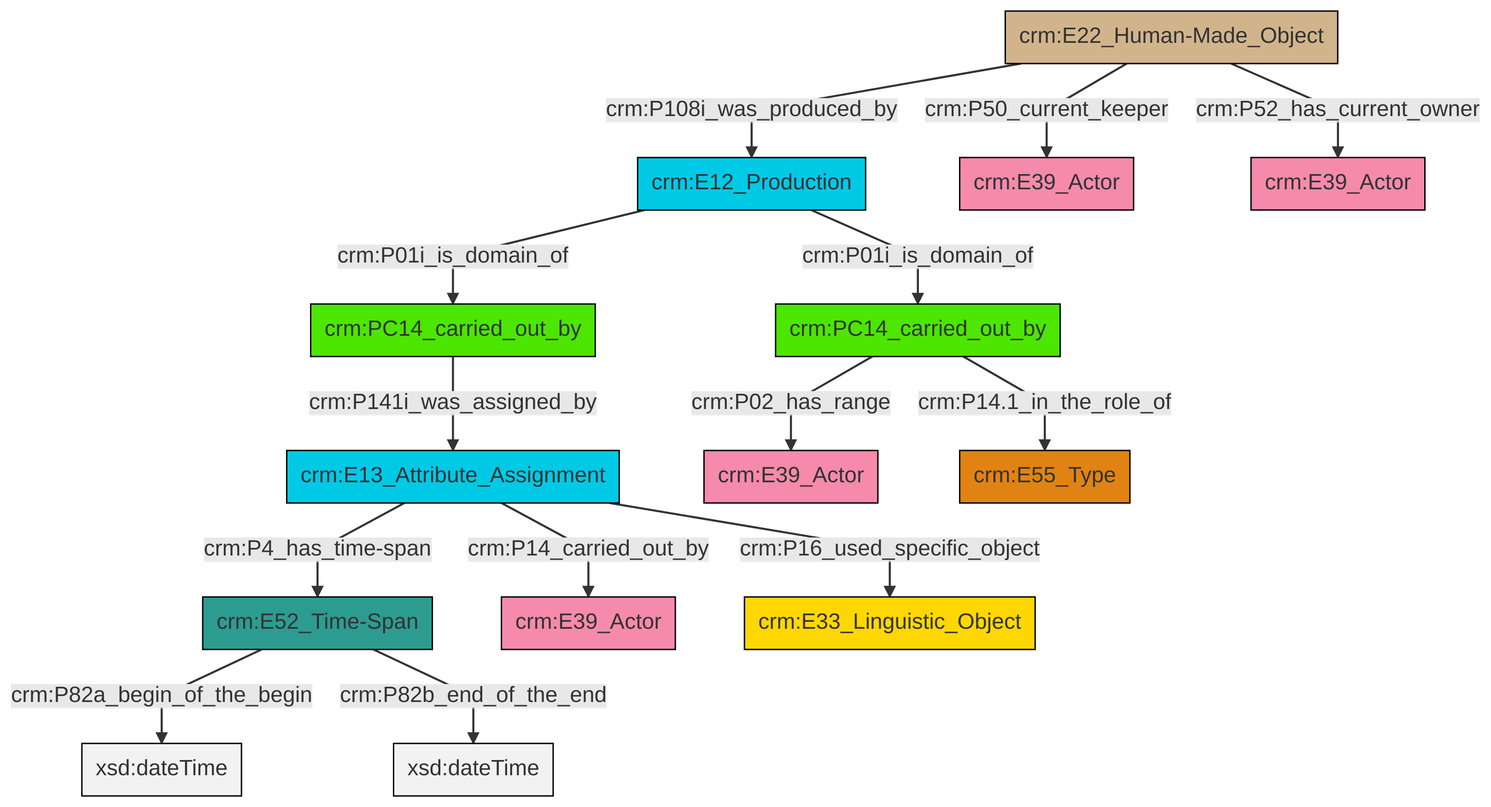
Above: et/carrierCSV/ttl/mmd/png/carrier_relations.png in swiss-art-research-net/docs.swissartresearch (Mermaid), before the change. Its source is kept beside it as et/carrierCSV/ttl/mmd/carrier_relations.ttl.mmd.
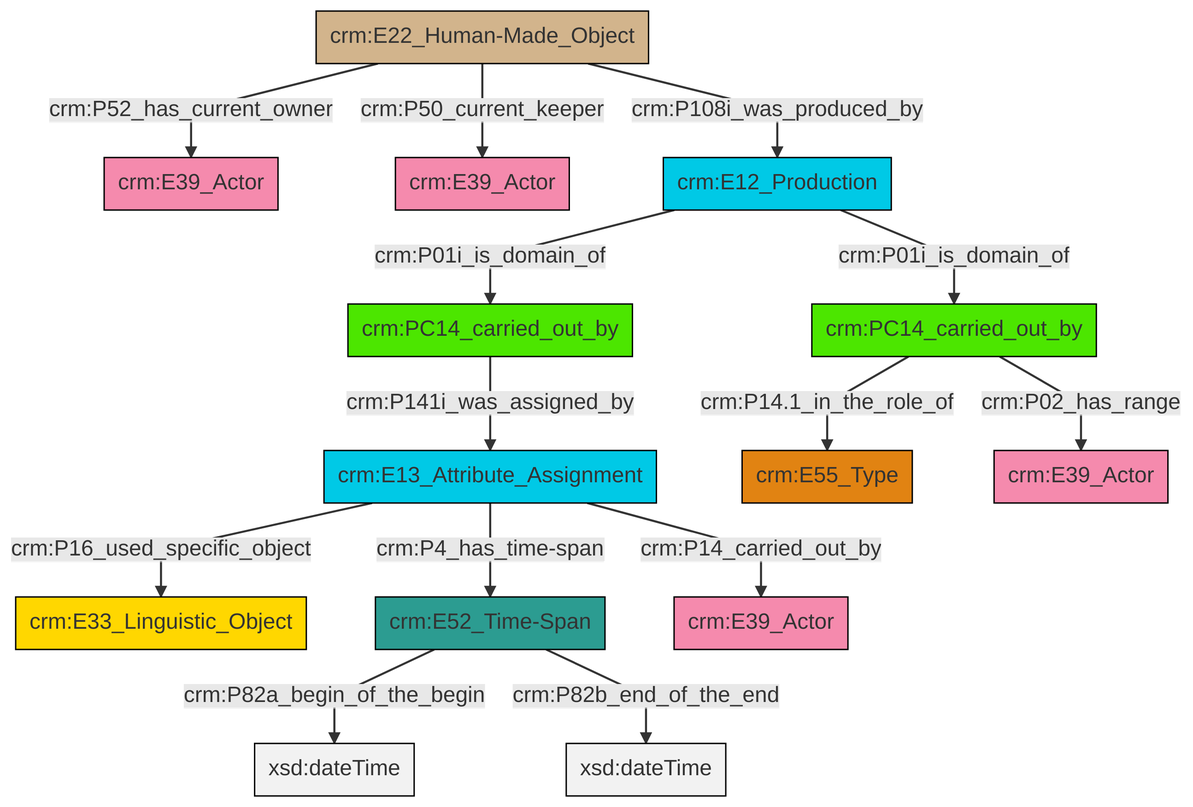
The same file after the commit.

Change to the diagram source:
```diff
@@ -14,15 +14,15 @@
 classDef Multi fill:#cccccc,stroke:#000000;
 
 0["crm:E12_Production"]:::Temporal_Entity -->|crm:P01i_is_domain_of| 1["crm:PC14_carried_out_by"]:::PC_Classes
-8["crm:E13_Attribute_Assignment"]:::Temporal_Entity -->|crm:P16_used_specific_object| 14["crm:E33_Linguistic_Object"]:::Conceptual_Object
-0["crm:E12_Production"]:::Temporal_Entity -->|crm:P01i_is_domain_of| 16["crm:PC14_carried_out_by"]:::PC_Classes
-2["crm:E52_Time-Span"]:::Time-Span -->|crm:P82a_begin_of_the_begin| 17[xsd:dateTime]:::Literal
-2["crm:E52_Time-Span"]:::Time-Span -->|crm:P82b_end_of_the_end| 18[xsd:dateTime]:::Literal
-16["crm:PC14_carried_out_by"]:::PC_Classes -->|crm:P14.1_in_the_role_of| 19["crm:E55_Type"]:::Type
-20["crm:E22_Human-Made_Object"]:::Physical_Thing -->|crm:P52_has_current_owner| 10["crm:E39_Actor"]:::Actor
-20["crm:E22_Human-Made_Object"]:::Physical_Thing -->|crm:P108i_was_produced_by| 0["crm:E12_Production"]:::Temporal_Entity
-8["crm:E13_Attribute_Assignment"]:::Temporal_Entity -->|crm:P4_has_time-span| 2["crm:E52_Time-Span"]:::Time-Span
-8["crm:E13_Attribute_Assignment"]:::Temporal_Entity -->|crm:P14_carried_out_by| 6["crm:E39_Actor"]:::Actor
-1["crm:PC14_carried_out_by"]:::PC_Classes -->|crm:P141i_was_assigned_by| 8["crm:E13_Attribute_Assignment"]:::Temporal_Entity
-16["crm:PC14_carried_out_by"]:::PC_Classes -->|crm:P02_has_range| 12["crm:E39_Actor"]:::Actor
-20["crm:E22_Human-Made_Object"]:::Physical_Thing -->|crm:P50_current_keeper| 4["crm:E39_Actor"]:::Actor
+2["crm:PC14_carried_out_by"]:::PC_Classes -->|crm:P14.1_in_the_role_of| 3["crm:E55_Type"]:::Type
+7["crm:E22_Human-Made_Object"]:::Physical_Thing -->|crm:P52_has_current_owner| 8["crm:E39_Actor"]:::Actor
+7["crm:E22_Human-Made_Object"]:::Physical_Thing -->|crm:P50_current_keeper| 12["crm:E39_Actor"]:::Actor
+5["crm:E52_Time-Span"]:::Time-Span -->|crm:P82a_begin_of_the_begin| 13[xsd:dateTime]:::Literal
+1["crm:PC14_carried_out_by"]:::PC_Classes -->|crm:P141i_was_assigned_by| 14["crm:E13_Attribute_Assignment"]:::Temporal_Entity
+0["crm:E12_Production"]:::Temporal_Entity -->|crm:P01i_is_domain_of| 2["crm:PC14_carried_out_by"]:::PC_Classes
+7["crm:E22_Human-Made_Object"]:::Physical_Thing -->|crm:P108i_was_produced_by| 0["crm:E12_Production"]:::Temporal_Entity
+14["crm:E13_Attribute_Assignment"]:::Temporal_Entity -->|crm:P16_used_specific_object| 20["crm:E33_Linguistic_Object"]:::Conceptual_Object
+14["crm:E13_Attribute_Assignment"]:::Temporal_Entity -->|crm:P4_has_time-span| 5["crm:E52_Time-Span"]:::Time-Span
+5["crm:E52_Time-Span"]:::Time-Span -->|crm:P82b_end_of_the_end| 22[xsd:dateTime]:::Literal
+14["crm:E13_Attribute_Assignment"]:::Temporal_Entity -->|crm:P14_carried_out_by| 10["crm:E39_Actor"]:::Actor
+2["crm:PC14_carried_out_by"]:::PC_Classes -->|crm:P02_has_range| 18["crm:E39_Actor"]:::Actor
```
